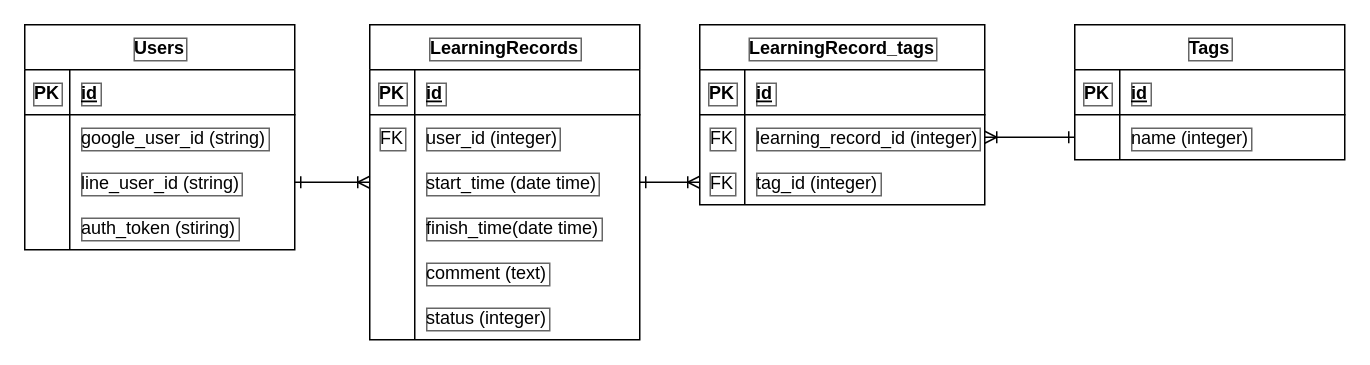
This is learncli.drawio from kentaro0215/LearnCLI, a draw.io file, before an edit. Source tidied: cells renumbered, new cells numbered last; positions are measured from the earlier drawing's top-left corner, leaving out a move shared by most shapes. Both pictures are drawn from the tidied source at 150%, with x=0, y=0 at pixel (24, 24).
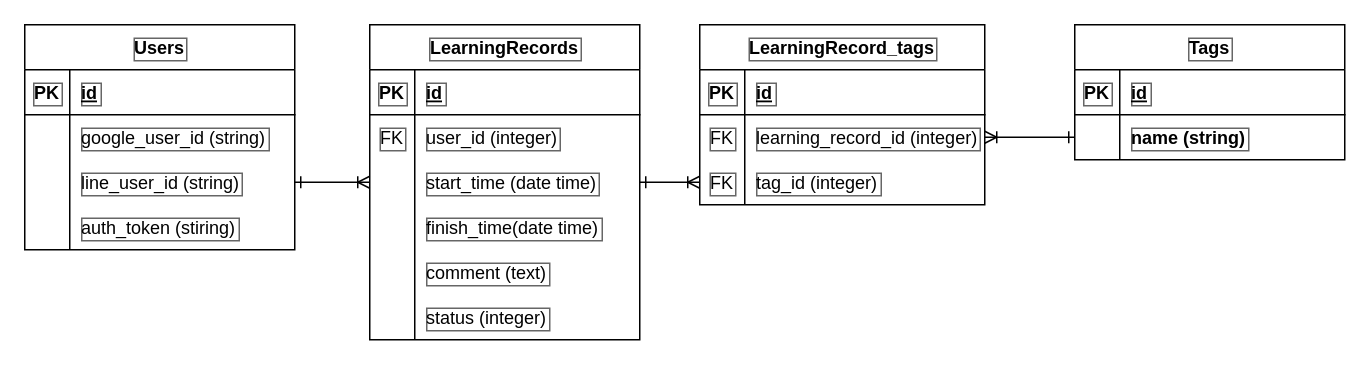
Above is the later version.

Commit message:
ER図 secoundcommit

Unchanged cells that the change refers to:
```xml
<mxCell id="48" style="shape=tableRow;horizontal=0;startSize=0;swimlaneHead=0;swimlaneBody=0;fillColor=none;points=[[0,0.5],[1,0.5]];portConstraint=eastwest;top=0;left=0;right=0;bottom=0;labelBorderColor=#666666;strokeColor=#000000;fontColor=#000000;" parent="44" vertex="1">
  <mxGeometry y="60" width="180" height="30" as="geometry" />
</mxCell>
```

Diff of the diagram source:
```diff
@@
-    <mxCell id="50" value="name (integer)" style="shape=partialRectangle;fillColor=none;top=0;left=0;bottom=0;right=0;align=left;spacingLeft=6;overflow=hidden;labelBorderColor=#666666;strokeColor=#000000;fontColor=#000000;" parent="48" vertex="1">
+    <mxCell id="50" value="name (string)" style="shape=partialRectangle;fillColor=none;top=0;left=0;bottom=0;right=0;align=left;spacingLeft=6;overflow=hidden;labelBorderColor=#666666;strokeColor=#000000;fontColor=#000000;fontStyle=1;" parent="48" vertex="1">
       <mxGeometry x="30" width="150" height="30" as="geometry" />
     </mxCell>
```
